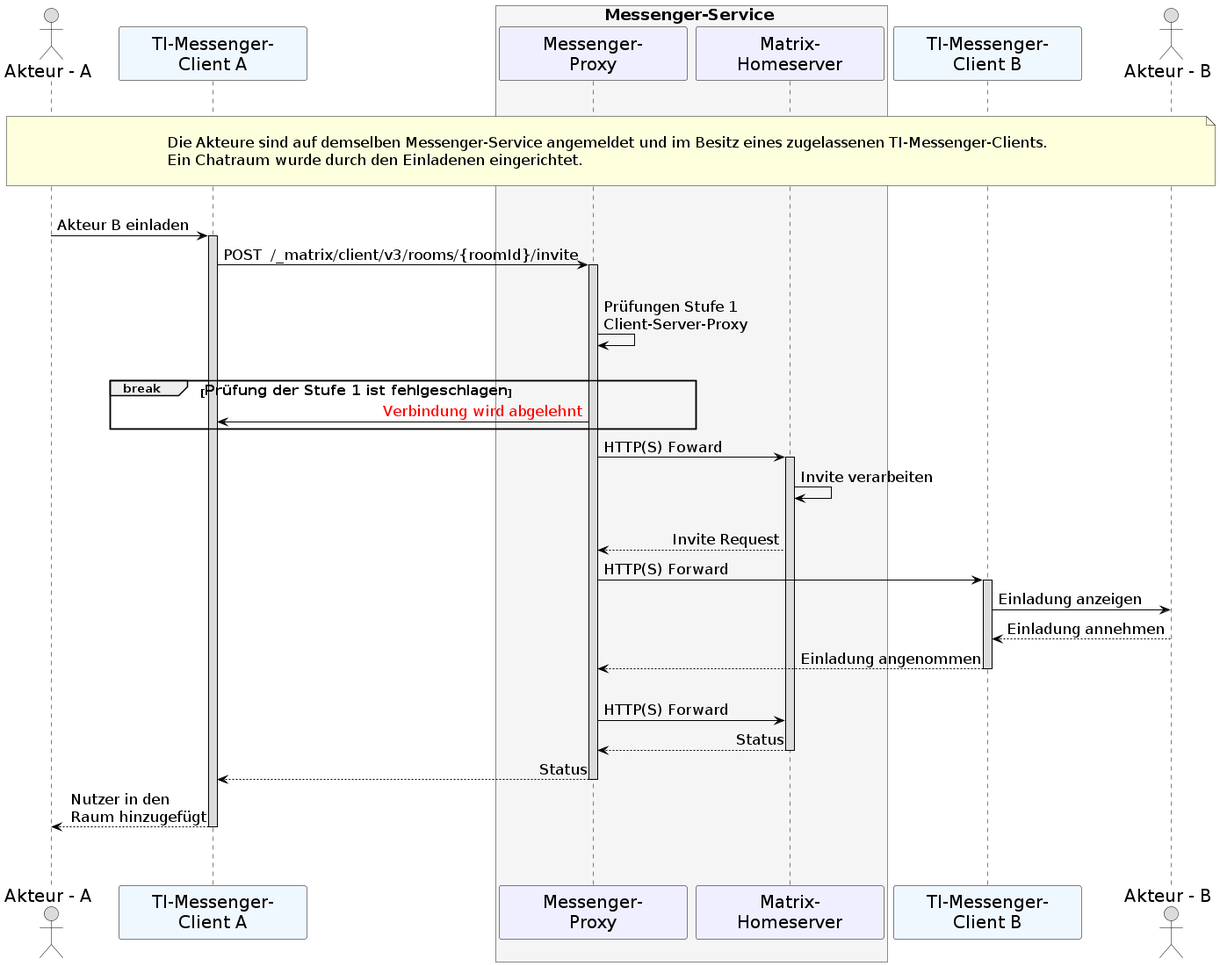
Earlier version of the PlantUML export images/diagrams/ePA_FDV/UC_10104_Seq_fdv.png (gematik/api-ti-messenger).
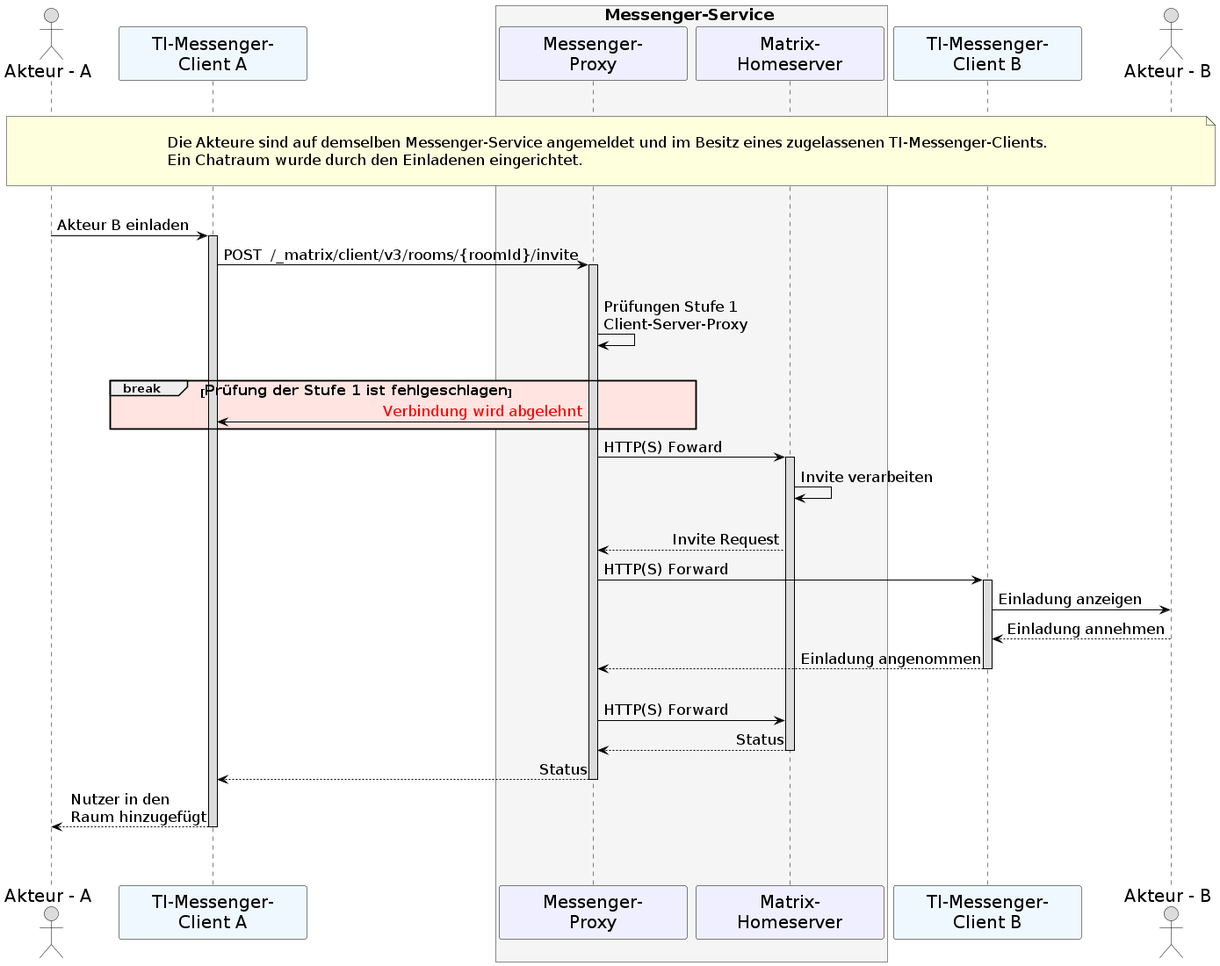
Later version of the same file.

The edit, as a diff of the source:
```diff
@@ -44,7 +44,7 @@
     |||
       MP->MP: Prüfungen Stufe 1\nClient-Server-Proxy
     |||
-    break <size:16>Prüfung der Stufe 1 ist fehlgeschlagen</size>
+    break #MistyRose <size:16>Prüfung der Stufe 1 ist fehlgeschlagen</size>
     MP->C1: <font color=red>Verbindung wird abgelehnt</font>
     end
 
```
